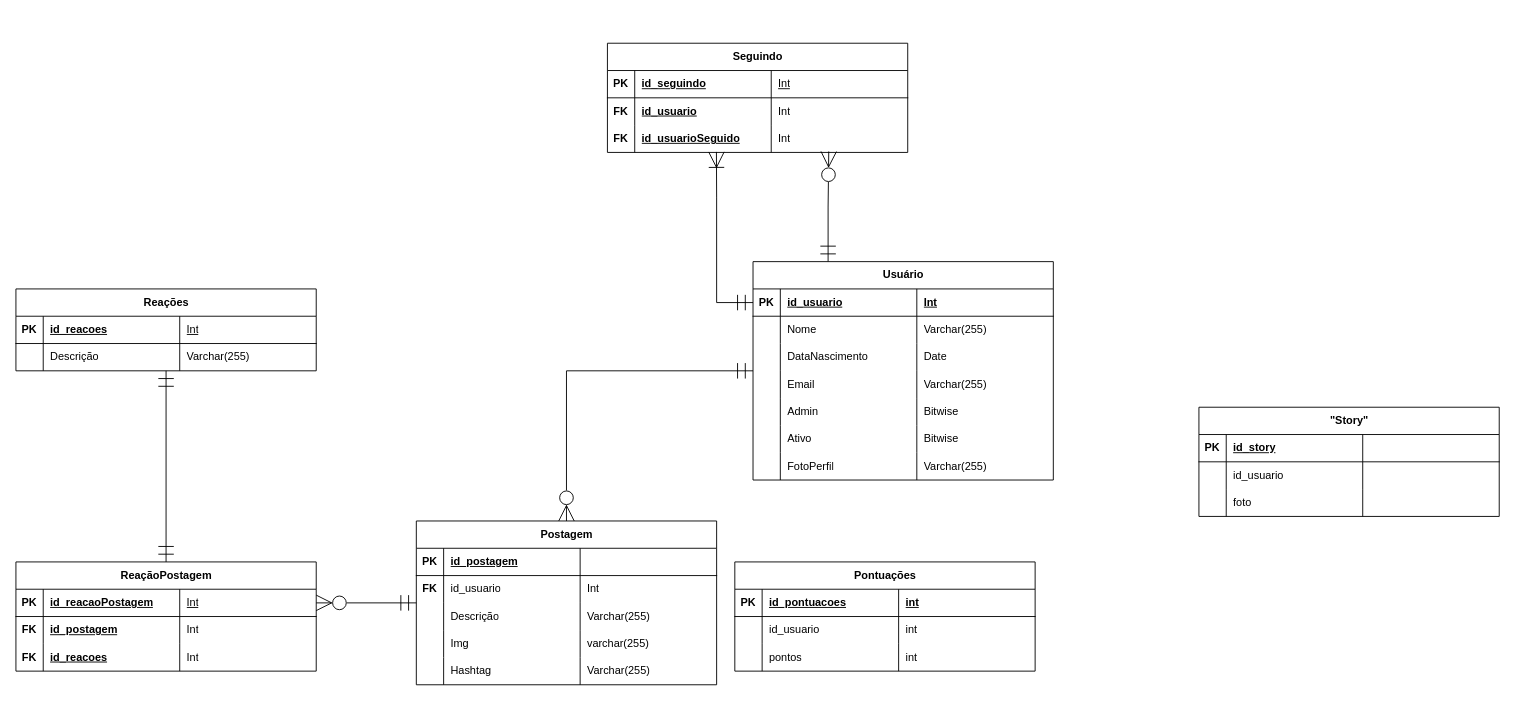
The draw.io diagram plans/db_modeling.drawio in wallacin07/SocialMedia_WebProject, before the edit. Source tidied: cells renumbered, new cells numbered last; positions are measured from the earlier drawing's top-left corner, leaving out a move shared by most shapes. Both pictures are drawn from the tidied source at 91%, with x=0, y=0 at pixel (15, 43).
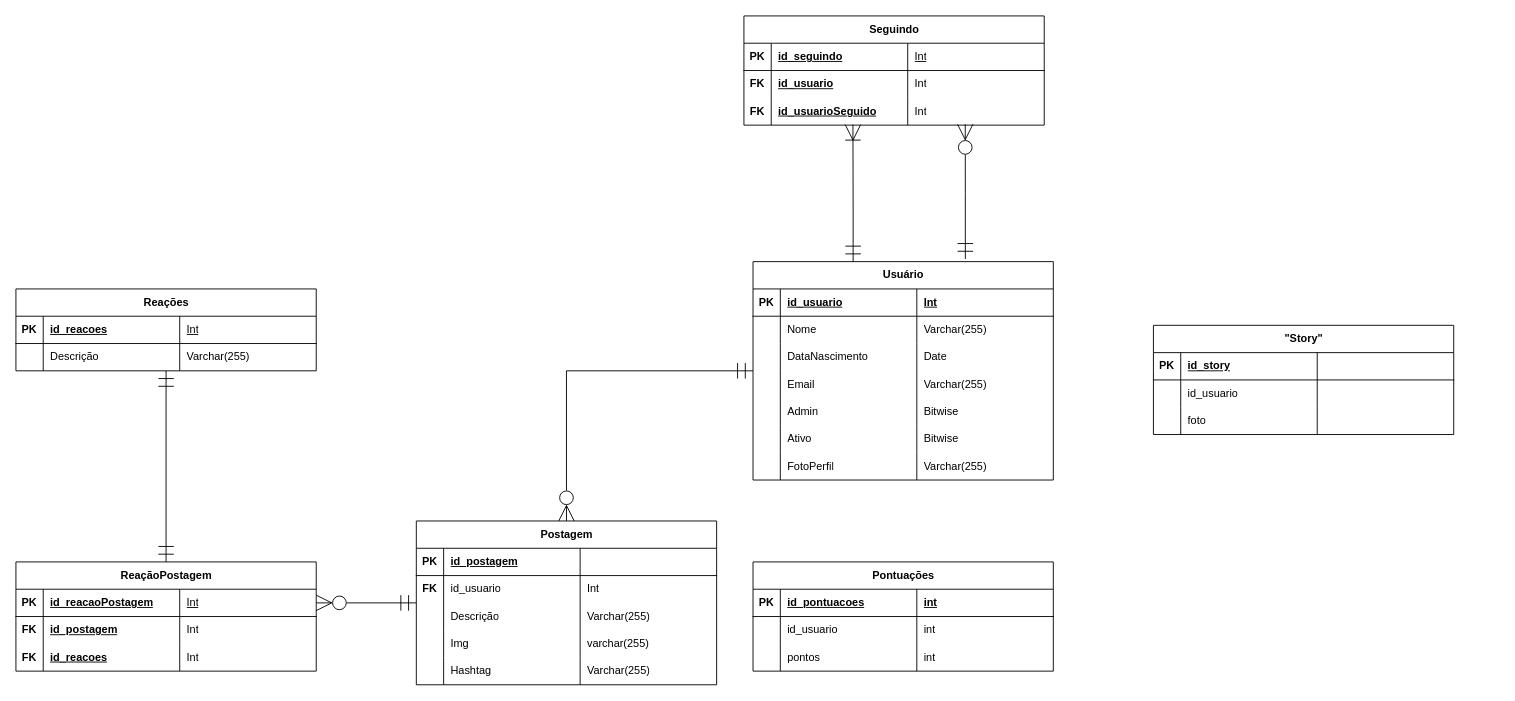
Above is the later version.

The change refers to these unchanged cells:
```xml
<mxCell id="4" value="Usuário" style="shape=table;startSize=30;childLayout=tableLayout;rowLines=0;fontStyle=1;align=center;html=1;" parent="1" vertex="1">
  <mxGeometry x="810" y="240" width="330" height="240" as="geometry" />
</mxCell>
<mxCell id="5" style="shape=tableRow;horizontal=0;startSize=0;swimlaneHead=0;swimlaneBody=0;fillColor=none;points=[[0,0.5],[1,0.5]];portConstraint=eastwest;top=0;left=0;right=0;bottom=1;" parent="4" vertex="1">
  <mxGeometry y="30" width="330" height="30" as="geometry" />
</mxCell>
<mxCell id="100" style="shape=tableRow;horizontal=0;startSize=0;swimlaneHead=0;swimlaneBody=0;fillColor=none;points=[[0,0.5],[1,0.5]];portConstraint=eastwest;top=0;left=0;right=0;bottom=0;" parent="91" vertex="1">
  <mxGeometry y="90" width="330" height="30" as="geometry" />
</mxCell>
```

Diff of the diagram source:
```diff
@@
-    <mxCell id="3" style="edgeStyle=orthogonalEdgeStyle;rounded=0;jettySize=auto;html=1;exitX=0.25;exitY=0;exitDx=0;exitDy=0;entryX=0.737;entryY=0.966;entryDx=0;entryDy=0;entryPerimeter=0;endSize=15;startSize=15;endArrow=ERzeroToMany;endFill=0;startArrow=ERmandOne;startFill=0;" parent="1" edge="1" source="4" target="100">
+    <mxCell id="3" style="edgeStyle=orthogonalEdgeStyle;rounded=0;jettySize=auto;html=1;entryX=0.737;entryY=0.966;entryDx=0;entryDy=0;entryPerimeter=0;endSize=15;startSize=15;endArrow=ERzeroToMany;endFill=0;startArrow=ERmandOne;startFill=0;exitX=0.707;exitY=-0.012;exitDx=0;exitDy=0;exitPerimeter=0;" parent="1" edge="1" source="4" target="100">
       <mxGeometry relative="1" as="geometry" />
     </mxCell>
@@
     <mxCell id="55" value="Pontuações" style="shape=table;startSize=30;childLayout=tableLayout;rowLines=0;fontStyle=1;align=center;html=1;" parent="1" vertex="1">
-      <mxGeometry x="790" y="570" width="330" height="120" as="geometry" />
+      <mxGeometry x="810" y="570" width="330" height="120" as="geometry" />
     </mxCell>
@@
     <mxCell id="91" value="Seguindo" style="shape=table;startSize=30;childLayout=tableLayout;rowLines=0;fontStyle=1;align=center;html=1;" parent="1" vertex="1">
-      <mxGeometry x="650" width="330" height="120" as="geometry" />
+      <mxGeometry x="800" y="-30" width="330" height="120" as="geometry" />
     </mxCell>
@@
-    <mxCell id="104" style="endArrow=ERmandOne;html=1;rounded=0;entryX=0;entryY=0.5;entryDx=0;entryDy=0;endSize=15;startSize=15;exitX=0.363;exitY=0.982;exitDx=0;exitDy=0;exitPerimeter=0;endFill=0;startArrow=ERoneToMany;startFill=0;" parent="1" edge="1" source="100" target="5">
+    <mxCell id="104" style="endArrow=ERmandOne;html=1;rounded=0;endSize=15;startSize=15;exitX=0.363;exitY=0.982;exitDx=0;exitDy=0;exitPerimeter=0;endFill=0;startArrow=ERoneToMany;startFill=0;" parent="1" edge="1" source="100">
       <mxGeometry relative="1" as="geometry">
+        <mxPoint x="920" y="240" as="targetPoint" />
         <Array as="points">
-          <mxPoint x="770" y="170" />
-          <mxPoint x="770" y="285" />
+          <mxPoint x="920" y="180" />
         </Array>
       </mxGeometry>
     </mxCell>
     <mxCell id="105" value="&quot;Story&quot;" style="shape=table;startSize=30;childLayout=tableLayout;rowLines=0;fontStyle=1;align=center;html=1;" parent="1" vertex="1">
-      <mxGeometry x="1300" y="400" width="330" height="120" as="geometry" />
+      <mxGeometry x="1250" y="310" width="330" height="120" as="geometry" />
     </mxCell>
```
